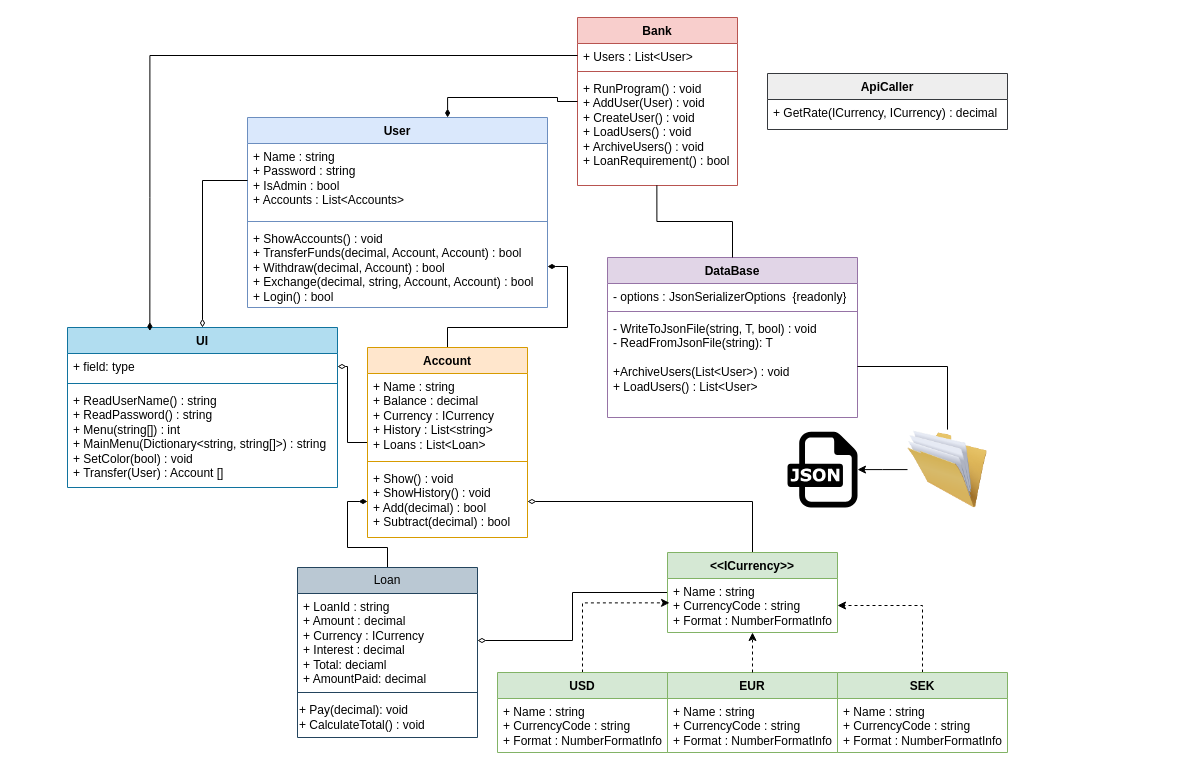
Before: JediBank.drawio in glennka1337/JediBank, a draw.io diagram. Source tidied: cells renumbered, new cells numbered last; positions are measured from the earlier drawing's top-left corner, leaving out a move shared by most shapes. Both pictures are drawn from the tidied source at 100%, with x=0, y=0 at pixel (67, 17).
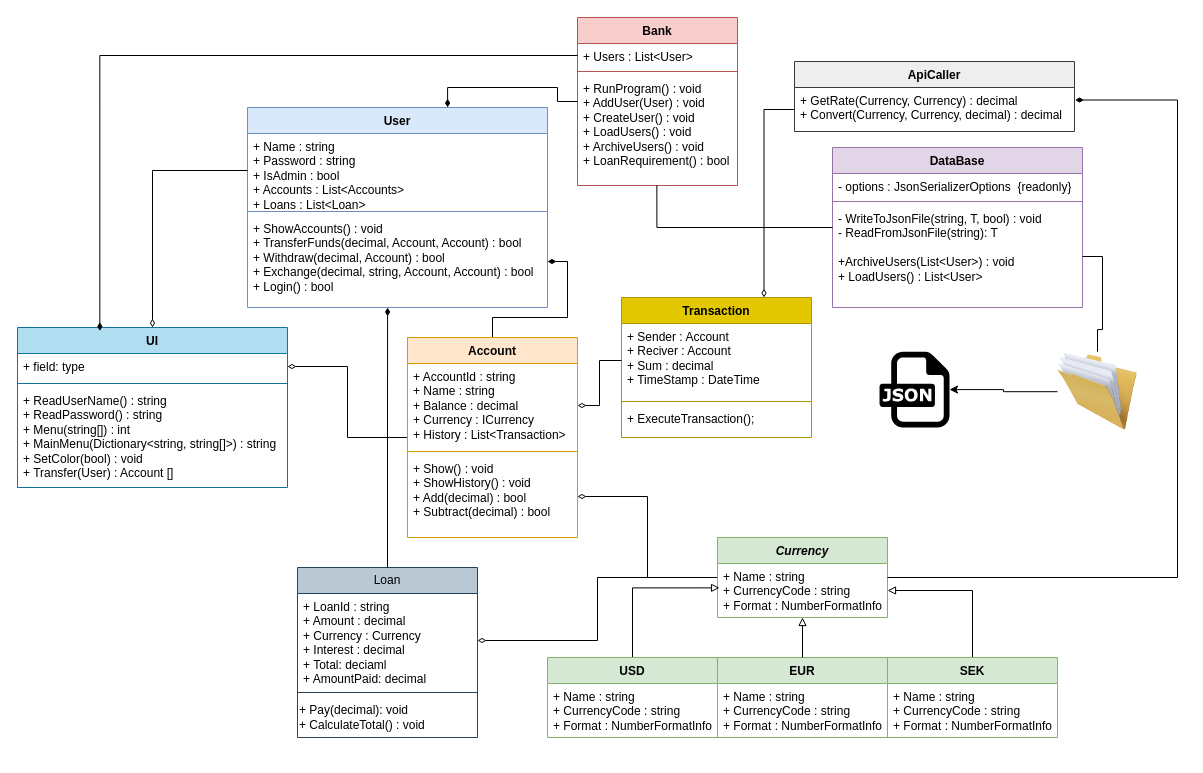
After the change.

The change refers to these unchanged cells:
```xml
<mxCell id="30" value="Loan" style="swimlane;fontStyle=0;horizontal=1;startSize=26;fillColor=#bac8d3;whiteSpace=wrap;html=1;strokeColor=#23445d;" parent="1" vertex="1">
  <mxGeometry x="230" y="550" width="180" height="170" as="geometry" />
</mxCell>
<mxCell id="41" value="+ Name : string&lt;div&gt;+ CurrencyCode : string&lt;/div&gt;&lt;div&gt;+ Format : NumberFormatInfo&lt;/div&gt;" style="text;strokeColor=none;fillColor=none;align=left;verticalAlign=top;spacingLeft=4;spacingRight=4;overflow=hidden;points=[[0,0.5],[1,0.5]];portConstraint=eastwest;whiteSpace=wrap;html=1;" parent="40" vertex="1">
  <mxGeometry y="26" width="170" height="54" as="geometry" />
</mxCell>
```

What changed in the source:
```diff
@@
     <mxCell id="4" value="Account" style="swimlane;fontStyle=1;align=center;verticalAlign=top;horizontal=1;startSize=26;whiteSpace=wrap;html=1;fillColor=#ffe6cc;strokeColor=#d79b00;" parent="1" vertex="1">
-      <mxGeometry x="300" y="330" width="160" height="190" as="geometry" />
+      <mxGeometry x="340" y="320" width="170" height="200" as="geometry" />
     </mxCell>
-    <mxCell id="5" value="+ Name : string&lt;div&gt;&lt;span style=&quot;background-color: initial;&quot;&gt;+ Balance : decimal&lt;/span&gt;&lt;div&gt;+ Currency : ICurrency&lt;/div&gt;&lt;div&gt;+ History : List&amp;lt;string&amp;gt;&lt;/div&gt;&lt;div&gt;+ Loans : List&amp;lt;Loan&amp;gt;&lt;/div&gt;&lt;/div&gt;" style="text;strokeColor=none;fillColor=none;align=left;verticalAlign=top;spacingLeft=4;spacingRight=4;overflow=hidden;points=[[0,0.5],[1,0.5]];portConstraint=eastwest;whiteSpace=wrap;html=1;" parent="4" vertex="1">
-      <mxGeometry y="26" width="160" height="84" as="geometry" />
+    <mxCell id="5" value="&lt;div&gt;+ AccountId : string&lt;/div&gt;+ Name : string&lt;div&gt;&lt;span style=&quot;background-color: initial;&quot;&gt;+ Balance : decimal&lt;/span&gt;&lt;div&gt;+ Currency : ICurrency&lt;/div&gt;&lt;div&gt;&lt;span style=&quot;background-color: initial;&quot;&gt;+ History : List&amp;lt;Transaction&amp;gt;&lt;/span&gt;&lt;/div&gt;&lt;/div&gt;" style="text;strokeColor=none;fillColor=none;align=left;verticalAlign=top;spacingLeft=4;spacingRight=4;overflow=hidden;points=[[0,0.5],[1,0.5]];portConstraint=eastwest;whiteSpace=wrap;html=1;" parent="4" vertex="1">
+      <mxGeometry y="26" width="170" height="84" as="geometry" />
     </mxCell>
     <mxCell id="6" style="line;strokeWidth=1;fillColor=none;align=left;verticalAlign=middle;spacingTop=-1;spacingLeft=3;spacingRight=3;labelPosition=right;strokeColor=inherit;" parent="4" vertex="1">
-      <mxGeometry y="110" width="160" height="8" as="geometry" />
+      <mxGeometry y="110" width="170" height="8" as="geometry" />
     </mxCell>
     <mxCell id="7" value="+ Show() : void&lt;div&gt;+ ShowHistory() : void&lt;/div&gt;&lt;div&gt;+ Add(decimal) : bool&lt;/div&gt;&lt;div&gt;+ Subtract(decimal) : bool&lt;/div&gt;" style="text;strokeColor=none;fillColor=none;align=left;verticalAlign=top;spacingLeft=4;spacingRight=4;overflow=hidden;points=[[0,0.5],[1,0.5]];portConstraint=eastwest;whiteSpace=wrap;html=1;" parent="4" vertex="1">
-      <mxGeometry y="118" width="160" height="72" as="geometry" />
+      <mxGeometry y="118" width="170" height="82" as="geometry" />
     </mxCell>
@@
     <mxCell id="12" value="DataBase" style="swimlane;fontStyle=1;align=center;verticalAlign=top;horizontal=1;startSize=26;whiteSpace=wrap;html=1;fillColor=#e1d5e7;strokeColor=#9673a6;" parent="1" vertex="1">
-      <mxGeometry x="540" y="240" width="250" height="160" as="geometry" />
+      <mxGeometry x="765" y="130" width="250" height="160" as="geometry" />
     </mxCell>
@@
     <mxCell id="16" value="User" style="swimlane;fontStyle=1;align=center;verticalAlign=top;horizontal=1;startSize=26;whiteSpace=wrap;html=1;fillColor=#dae8fc;strokeColor=#6c8ebf;" parent="1" vertex="1">
-      <mxGeometry x="180" y="100" width="300" height="190" as="geometry" />
+      <mxGeometry x="180" y="90" width="300" height="200" as="geometry" />
     </mxCell>
-    <mxCell id="17" value="+ Name : string&lt;div&gt;+ Password : string&lt;/div&gt;&lt;div&gt;+ IsAdmin : bool&lt;/div&gt;&lt;div&gt;+ Accounts : List&amp;lt;Accounts&amp;gt;&lt;/div&gt;" style="text;strokeColor=none;fillColor=none;align=left;verticalAlign=top;spacingLeft=4;spacingRight=4;overflow=hidden;points=[[0,0.5],[1,0.5]];portConstraint=eastwest;whiteSpace=wrap;html=1;" parent="16" vertex="1">
+    <mxCell id="17" value="+ Name : string&lt;div&gt;+ Password : string&lt;/div&gt;&lt;div&gt;+ IsAdmin : bool&lt;/div&gt;&lt;div&gt;+ Accounts : List&amp;lt;Accounts&amp;gt;&lt;/div&gt;&lt;div&gt;&lt;div&gt;&lt;span style=&quot;background-color: initial;&quot;&gt;+ Loans : List&amp;lt;Loan&amp;gt;&lt;/span&gt;&lt;/div&gt;&lt;/div&gt;&lt;div&gt;&lt;span style=&quot;background-color: initial;&quot;&gt;&lt;br&gt;&lt;/span&gt;&lt;/div&gt;" style="text;strokeColor=none;fillColor=none;align=left;verticalAlign=top;spacingLeft=4;spacingRight=4;overflow=hidden;points=[[0,0.5],[1,0.5]];portConstraint=eastwest;whiteSpace=wrap;html=1;" parent="16" vertex="1">
       <mxGeometry y="26" width="300" height="74" as="geometry" />
     </mxCell>
@@
     <mxCell id="19" value="+ ShowAccounts() : void&lt;div&gt;+ TransferFunds(decimal, Account, Account) : bool&lt;/div&gt;&lt;div&gt;+ Withdraw(decimal, Account) : bool&lt;/div&gt;&lt;div&gt;+ Exchange(decimal, string, Account, Account) : bool&lt;/div&gt;&lt;div&gt;+ Login() : bool&amp;nbsp;&lt;/div&gt;" style="text;strokeColor=none;fillColor=none;align=left;verticalAlign=top;spacingLeft=4;spacingRight=4;overflow=hidden;points=[[0,0.5],[1,0.5]];portConstraint=eastwest;whiteSpace=wrap;html=1;" parent="16" vertex="1">
-      <mxGeometry y="108" width="300" height="82" as="geometry" />
+      <mxGeometry y="108" width="300" height="92" as="geometry" />
     </mxCell>
@@
     <mxCell id="21" value="UI" style="swimlane;fontStyle=1;align=center;verticalAlign=top;horizontal=1;startSize=26;whiteSpace=wrap;html=1;fillColor=#b1ddf0;strokeColor=#10739e;" parent="1" vertex="1">
-      <mxGeometry y="310" width="270" height="160" as="geometry" />
+      <mxGeometry x="-50" y="310" width="270" height="160" as="geometry" />
     </mxCell>
@@
     <mxCell id="26" style="image;html=1;image=img/lib/clip_art/general/Full_Folder_128x128.png;" parent="1" vertex="1">
-      <mxGeometry x="840" y="412.1" width="80" height="80" as="geometry" />
+      <mxGeometry x="990" y="334.2" width="80" height="80" as="geometry" />
     </mxCell>
@@
     <mxCell id="28" style="dashed=0;outlineConnect=0;html=1;align=center;labelPosition=center;verticalLabelPosition=bottom;verticalAlign=top;shape=mxgraph.weblogos.json;" parent="1" vertex="1">
-      <mxGeometry x="720" y="414.2" width="70" height="75.8" as="geometry" />
+      <mxGeometry x="812" y="334.2" width="70" height="75.8" as="geometry" />
     </mxCell>
-    <mxCell id="29" style="edgeStyle=orthogonalEdgeStyle;rounded=0;jettySize=auto;html=1;entryX=0;entryY=0.5;entryDx=0;entryDy=0;endArrow=diamondThin;endFill=1;" parent="1" edge="1" source="30" target="7">
-      <mxGeometry relative="1" as="geometry" />
-    </mxCell>
@@
-    <mxCell id="31" value="+ LoanId : string&lt;div&gt;+ Amount : decimal&lt;br&gt;&lt;div&gt;+ Currency : ICurrency&lt;br&gt;&lt;div&gt;+ Interest : decimal&lt;/div&gt;&lt;div&gt;+ Total: deciaml&lt;/div&gt;&lt;div&gt;+ AmountPaid: decimal&lt;/div&gt;&lt;/div&gt;&lt;/div&gt;&lt;div&gt;&lt;br&gt;&lt;/div&gt;" style="text;strokeColor=none;fillColor=none;align=left;verticalAlign=top;spacingLeft=4;spacingRight=4;overflow=hidden;points=[[0,0.5],[1,0.5]];portConstraint=eastwest;whiteSpace=wrap;html=1;" parent="30" vertex="1">
+    <mxCell id="31" value="+ LoanId : string&lt;div&gt;+ Amount : decimal&lt;br&gt;&lt;div&gt;+ Currency : Currency&lt;br&gt;&lt;div&gt;+ Interest : decimal&lt;/div&gt;&lt;div&gt;+ Total: deciaml&lt;/div&gt;&lt;div&gt;+ AmountPaid: decimal&lt;/div&gt;&lt;/div&gt;&lt;/div&gt;&lt;div&gt;&lt;br&gt;&lt;/div&gt;" style="text;strokeColor=none;fillColor=none;align=left;verticalAlign=top;spacingLeft=4;spacingRight=4;overflow=hidden;points=[[0,0.5],[1,0.5]];portConstraint=eastwest;whiteSpace=wrap;html=1;" parent="30" vertex="1">
       <mxGeometry y="26" width="180" height="94" as="geometry" />
     </mxCell>
@@
     <mxCell id="34" value="ApiCaller" style="swimlane;fontStyle=1;align=center;verticalAlign=top;horizontal=1;startSize=26;whiteSpace=wrap;html=1;fillColor=#eeeeee;strokeColor=#36393d;" parent="1" vertex="1">
-      <mxGeometry x="700" y="56" width="240" height="56" as="geometry" />
+      <mxGeometry x="727" y="44" width="280" height="70" as="geometry" />
     </mxCell>
-    <mxCell id="35" value="&lt;div&gt;+ GetRate(ICurrency, ICurrency) : decimal&lt;/div&gt;" style="text;strokeColor=none;fillColor=none;align=left;verticalAlign=top;spacingLeft=4;spacingRight=4;overflow=hidden;points=[[0,0.5],[1,0.5]];portConstraint=eastwest;whiteSpace=wrap;html=1;" parent="34" vertex="1">
-      <mxGeometry y="26" width="240" height="30" as="geometry" />
+    <mxCell id="35" value="&lt;div&gt;+ GetRate(Currency, Currency) : decimal&lt;/div&gt;&lt;div&gt;+ Convert(&lt;span style=&quot;background-color: initial;&quot;&gt;Currency,&amp;nbsp;&lt;/span&gt;&lt;span style=&quot;background-color: initial;&quot;&gt;Currency, decimal&lt;/span&gt;&lt;span style=&quot;background-color: initial;&quot;&gt;) : decimal&lt;/span&gt;&lt;/div&gt;" style="text;strokeColor=none;fillColor=none;align=left;verticalAlign=top;spacingLeft=4;spacingRight=4;overflow=hidden;points=[[0,0.5],[1,0.5]];portConstraint=eastwest;whiteSpace=wrap;html=1;" parent="34" vertex="1">
+      <mxGeometry y="26" width="280" height="44" as="geometry" />
     </mxCell>
@@
-    <mxCell id="40" value="&amp;lt;&amp;lt;ICurrency&amp;gt;&amp;gt;" style="swimlane;fontStyle=1;align=center;verticalAlign=top;horizontal=1;startSize=26;whiteSpace=wrap;html=1;fillColor=#d5e8d4;strokeColor=#82b366;" parent="1" vertex="1">
-      <mxGeometry x="600" y="535" width="170" height="80" as="geometry" />
+    <mxCell id="40" value="&lt;i&gt;Currency&lt;/i&gt;" style="swimlane;fontStyle=1;align=center;verticalAlign=top;horizontal=1;startSize=26;whiteSpace=wrap;html=1;fillColor=#d5e8d4;strokeColor=#82b366;" parent="1" vertex="1">
+      <mxGeometry x="650" y="520" width="170" height="80" as="geometry" />
     </mxCell>
@@
-    <mxCell id="42" style="edgeStyle=orthogonalEdgeStyle;rounded=0;jettySize=auto;html=1;entryX=0.012;entryY=0.451;entryDx=0;entryDy=0;dashed=1;entryPerimeter=0;" parent="1" edge="1" source="43" target="41">
+    <mxCell id="42" style="edgeStyle=orthogonalEdgeStyle;rounded=0;jettySize=auto;html=1;entryX=0.012;entryY=0.451;entryDx=0;entryDy=0;entryPerimeter=0;endArrow=block;endFill=0;" parent="1" edge="1" source="43" target="41">
       <mxGeometry relative="1" as="geometry" />
     </mxCell>
     <mxCell id="43" value="USD" style="swimlane;fontStyle=1;align=center;verticalAlign=top;horizontal=1;startSize=26;whiteSpace=wrap;html=1;fillColor=#d5e8d4;strokeColor=#82b366;" parent="1" vertex="1">
-      <mxGeometry x="430" y="655" width="170" height="80" as="geometry" />
+      <mxGeometry x="480" y="640" width="170" height="80" as="geometry" />
     </mxCell>
@@
     <mxCell id="45" value="EUR" style="swimlane;fontStyle=1;align=center;verticalAlign=top;horizontal=1;startSize=26;whiteSpace=wrap;html=1;fillColor=#d5e8d4;strokeColor=#82b366;" parent="1" vertex="1">
-      <mxGeometry x="600" y="655" width="170" height="80" as="geometry" />
+      <mxGeometry x="650" y="640" width="170" height="80" as="geometry" />
     </mxCell>
@@
-    <mxCell id="47" style="edgeStyle=orthogonalEdgeStyle;rounded=0;jettySize=auto;html=1;dashed=1;" parent="1" edge="1" source="48" target="41">
+    <mxCell id="47" style="edgeStyle=orthogonalEdgeStyle;rounded=0;jettySize=auto;html=1;endArrow=block;endFill=0;" parent="1" edge="1" source="48" target="41">
       <mxGeometry relative="1" as="geometry" />
     </mxCell>
     <mxCell id="48" value="SEK" style="swimlane;fontStyle=1;align=center;verticalAlign=top;horizontal=1;startSize=26;whiteSpace=wrap;html=1;fillColor=#d5e8d4;strokeColor=#82b366;" parent="1" vertex="1">
-      <mxGeometry x="770" y="655" width="170" height="80" as="geometry" />
+      <mxGeometry x="820" y="640" width="170" height="80" as="geometry" />
     </mxCell>
@@
-    <mxCell id="50" style="edgeStyle=orthogonalEdgeStyle;rounded=0;jettySize=auto;html=1;dashed=1;entryX=0.5;entryY=1;entryDx=0;entryDy=0;entryPerimeter=0;" parent="1" edge="1" source="45" target="41">
+    <mxCell id="50" style="edgeStyle=orthogonalEdgeStyle;rounded=0;jettySize=auto;html=1;entryX=0.5;entryY=1;entryDx=0;entryDy=0;entryPerimeter=0;endArrow=block;endFill=0;" parent="1" edge="1" source="45" target="41">
       <mxGeometry relative="1" as="geometry" />
     </mxCell>
@@
+    <mxCell id="52" value="Transaction" style="swimlane;fontStyle=1;align=center;verticalAlign=top;horizontal=1;startSize=26;whiteSpace=wrap;html=1;fillColor=#e3c800;strokeColor=#B09500;fontColor=#000000;" parent="1" vertex="1">
+      <mxGeometry x="554" y="280" width="190" height="140" as="geometry" />
+    </mxCell>
+    <mxCell id="53" value="+ Sender : Account&lt;div&gt;+ Reciver : Account&lt;/div&gt;&lt;div&gt;+ Sum : decimal&lt;/div&gt;&lt;div&gt;+ TimeStamp : DateTime&lt;/div&gt;" style="text;strokeColor=none;fillColor=none;align=left;verticalAlign=top;spacingLeft=4;spacingRight=4;overflow=hidden;points=[[0,0.5],[1,0.5]];portConstraint=eastwest;whiteSpace=wrap;html=1;" parent="52" vertex="1">
+      <mxGeometry y="26" width="190" height="74" as="geometry" />
+    </mxCell>
+    <mxCell id="54" style="line;strokeWidth=1;fillColor=none;align=left;verticalAlign=middle;spacingTop=-1;spacingLeft=3;spacingRight=3;labelPosition=right;strokeColor=inherit;" parent="52" vertex="1">
+      <mxGeometry y="100" width="190" height="8" as="geometry" />
+    </mxCell>
+    <mxCell id="55" value="+ ExecuteTransaction();" style="text;strokeColor=none;fillColor=none;align=left;verticalAlign=top;spacingLeft=4;spacingRight=4;overflow=hidden;whiteSpace=wrap;html=1;" parent="52" vertex="1">
+      <mxGeometry y="108" width="190" height="32" as="geometry" />
+    </mxCell>
+    <mxCell id="56" style="edgeStyle=orthogonalEdgeStyle;rounded=0;jettySize=auto;html=1;entryX=0.75;entryY=0;entryDx=0;entryDy=0;endArrow=diamondThin;endFill=0;" parent="1" edge="1" source="35" target="52">
+      <mxGeometry relative="1" as="geometry" />
+    </mxCell>
+    <mxCell id="57" style="edgeStyle=orthogonalEdgeStyle;rounded=0;jettySize=auto;html=1;endArrow=diamondThin;endFill=0;" parent="1" edge="1" source="53" target="5">
+      <mxGeometry relative="1" as="geometry" />
+    </mxCell>
+    <mxCell id="58" style="edgeStyle=orthogonalEdgeStyle;rounded=0;jettySize=auto;html=1;entryX=0.467;entryY=1;entryDx=0;entryDy=0;entryPerimeter=0;endArrow=diamondThin;endFill=1;" parent="1" edge="1" source="30" target="19">
+      <mxGeometry relative="1" as="geometry" />
+    </mxCell>
+    <mxCell id="59" style="edgeStyle=orthogonalEdgeStyle;rounded=0;jettySize=auto;html=1;entryX=1.002;entryY=0.284;entryDx=0;entryDy=0;entryPerimeter=0;endArrow=diamondThin;endFill=1;" parent="1" edge="1" source="40" target="35">
+      <mxGeometry relative="1" as="geometry">
+        <Array as="points">
+          <mxPoint x="1110" y="560" />
+          <mxPoint x="1110" y="83" />
+        </Array>
+      </mxGeometry>
+    </mxCell>
```
